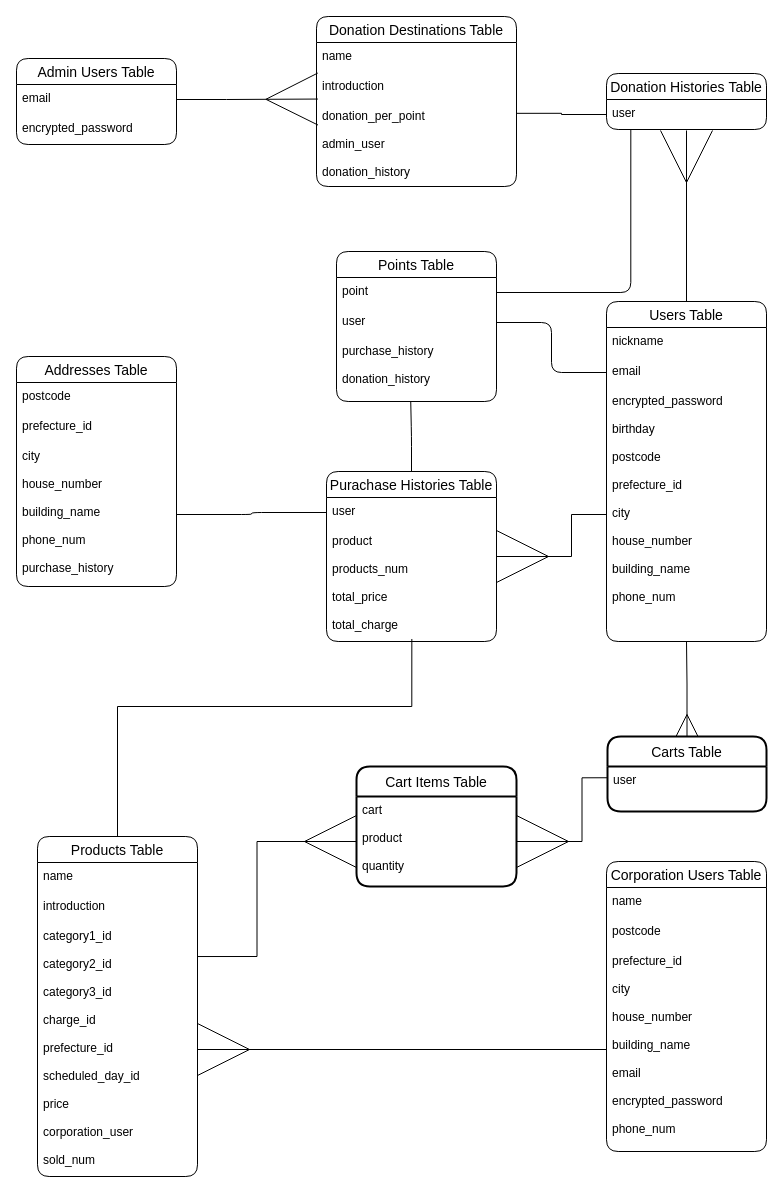
Above: sc.dio in nishipee/sc_app (draw.io), before the change. Source tidied: cells renumbered, new cells numbered last; positions are measured from the earlier drawing's top-left corner, leaving out a move shared by most shapes. Both pictures are drawn from the tidied source at 100%, with x=0, y=0 at pixel (16, 16).
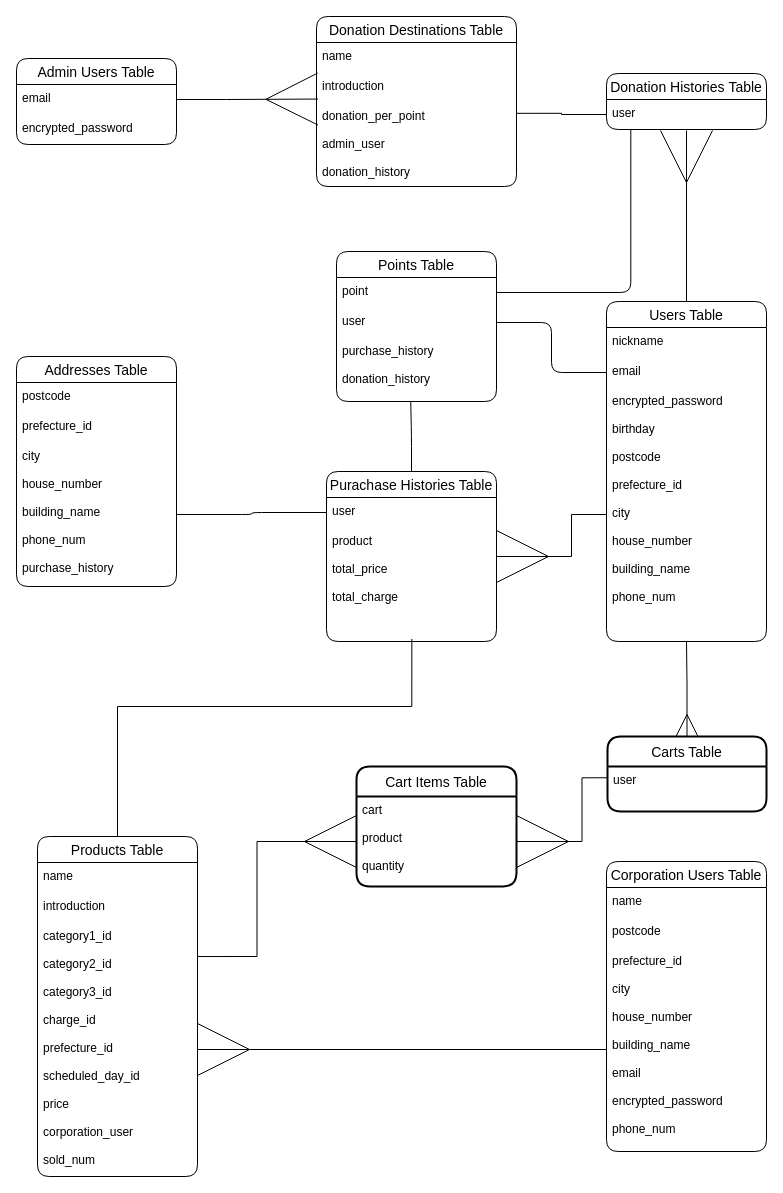
After the change.

The change refers to these unchanged cells:
```xml
<mxCell id="21" value="Purachase Histories Table" style="swimlane;fontStyle=0;horizontal=1;startSize=26;align=center;fontSize=14;rounded=1;" parent="1" vertex="1">
  <mxGeometry x="310" y="455" width="170" height="170" as="geometry" />
</mxCell>
```

What changed in the source:
```diff
@@
-    <mxCell id="23" value="product&#10;&#10;products_num&#10;&#10;total_price&#10;&#10;total_charge" style="text;strokeColor=none;fillColor=none;spacingLeft=4;spacingRight=4;overflow=hidden;points=[[0,0.5],[1,0.5]];portConstraint=eastwest;fontSize=12;" parent="21" vertex="1">
+    <mxCell id="23" value="product&#10;&#10;total_price&#10;&#10;total_charge" style="text;strokeColor=none;fillColor=none;spacingLeft=4;spacingRight=4;overflow=hidden;points=[[0,0.5],[1,0.5]];portConstraint=eastwest;fontSize=12;" parent="21" vertex="1">
       <mxGeometry y="56" width="170" height="114" as="geometry" />
     </mxCell>
```
